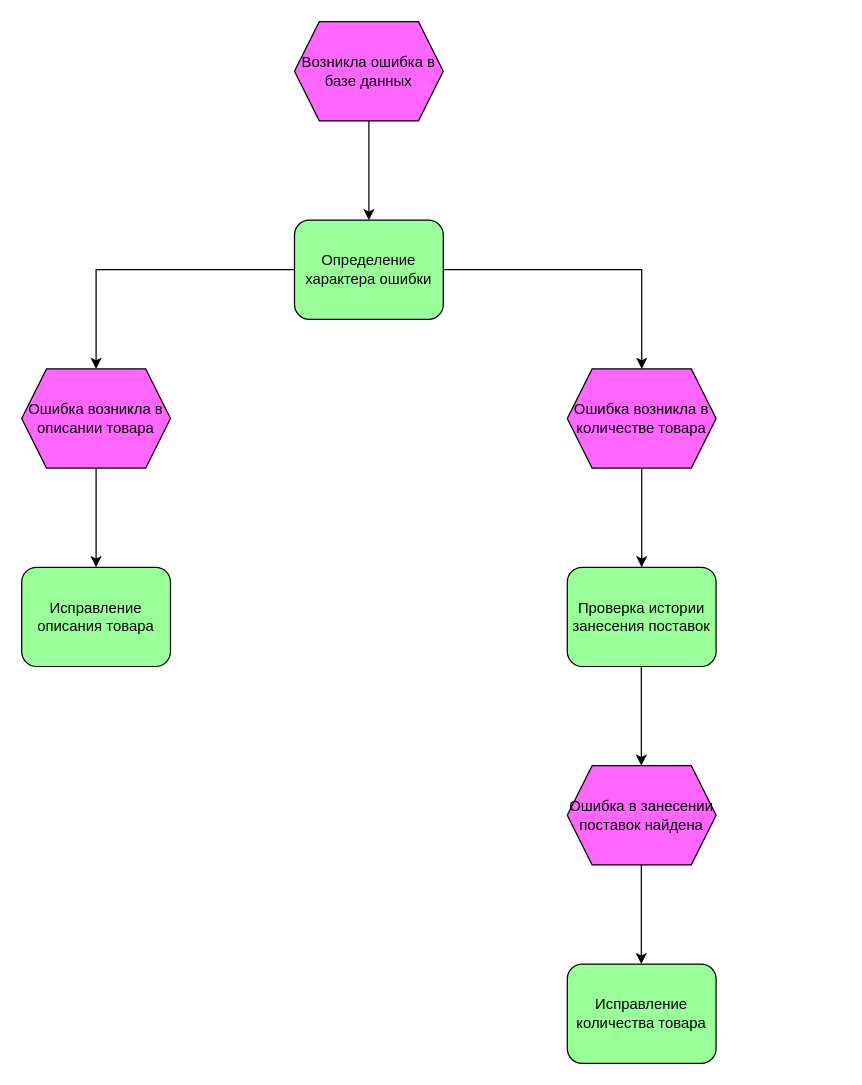
Earlier version of the draw.io diagram Алгоритмическая модель (ошибка).drawio (marsek4/ssp). Source tidied: cells renumbered, new cells numbered last; positions are measured from the earlier drawing's top-left corner, leaving out a move shared by most shapes. Both pictures are drawn from the tidied source at 124%, with x=0, y=0 at pixel (21, 21).
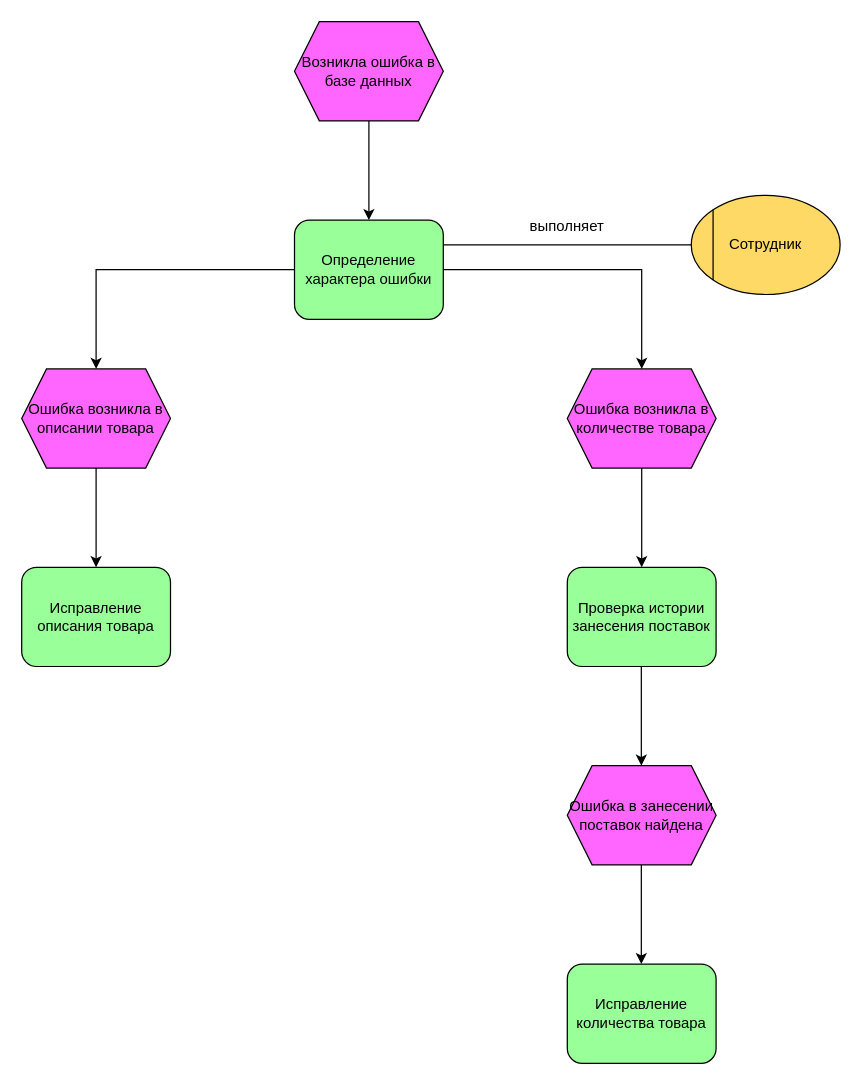
The same diagram, later.

Diff of the diagram source:
```diff
@@
+    <mxCell id="17" value="Сотрудник" style="ellipse;whiteSpace=wrap;html=1;fillColor=#FFD966;" parent="1" vertex="1">
+      <mxGeometry x="540" y="140" width="120" height="80" as="geometry" />
+    </mxCell>
+    <mxCell id="18" style="endArrow=none;html=1;rounded=0;entryX=0;entryY=0;entryDx=0;entryDy=0;exitX=0;exitY=1;exitDx=0;exitDy=0;" parent="1" edge="1" source="17" target="17">
+      <mxGeometry relative="1" as="geometry" />
+    </mxCell>
+    <mxCell id="19" style="endArrow=none;html=1;rounded=0;entryX=0;entryY=0.5;entryDx=0;entryDy=0;exitX=1;exitY=0.25;exitDx=0;exitDy=0;" parent="1" edge="1" target="17">
+      <mxGeometry relative="1" as="geometry">
+        <mxPoint x="340" y="180" as="sourcePoint" />
+      </mxGeometry>
+    </mxCell>
+    <mxCell id="20" value="выполняет" style="text;html=1;strokeColor=none;fillColor=none;align=center;verticalAlign=middle;whiteSpace=wrap;rounded=0;" parent="1" vertex="1">
+      <mxGeometry x="410" y="150" width="60" height="30" as="geometry" />
+    </mxCell>
```
